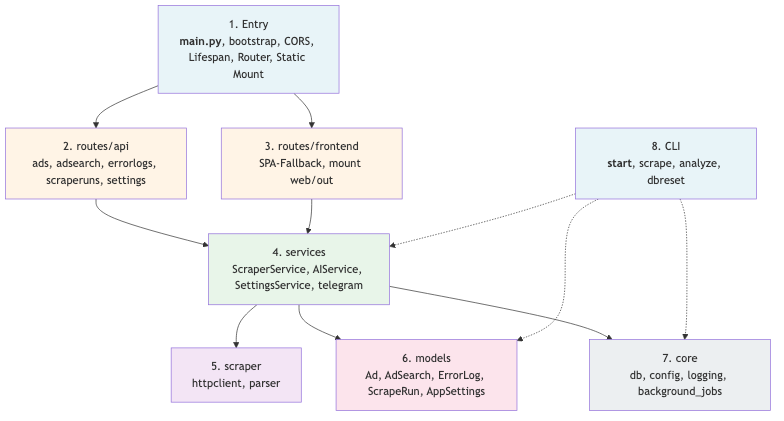
Before: docs/architecture/architecture-backend-layers.png, a diagram exported from Mermaid (Pikktee/schnappster). Its source is kept beside it as docs/architecture/architecture-backend-layers.mmd. Source of this version:
```mermaid

flowchart TB
    A["1. Entry<br/><b>main.py</b>, bootstrap, CORS, Lifespan, Router, Static Mount"]
    B["2. routes/api<br/>ads, adsearch, errorlogs, scraperuns, settings"]
    C["3. routes/frontend<br/>SPA-Fallback, mount web/out"]
    D["4. services<br/>ScraperService, AIService, SettingsService, telegram"]
    E["5. scraper<br/>httpclient, parser"]
    F["6. models<br/>Ad, AdSearch, ErrorLog, ScrapeRun, AppSettings"]
    G["7. core<br/>db, config, logging, background_jobs"]
    CLI["8. CLI<br/><b>start</b>, scrape, analyze, dbreset"]

    A --> B
    A --> C
    B --> D
    C --> D
    D --> E
    D --> F
    D --> G
    CLI -.-> D
    CLI -.-> G
    CLI -.-> F

    style A fill:#e8f4f8
    style B fill:#fff4e6
    style C fill:#fff4e6
    style D fill:#e8f5e9
    style E fill:#f3e5f5
    style F fill:#fce4ec
    style G fill:#eceff1
    style CLI fill:#e8f4f8
```
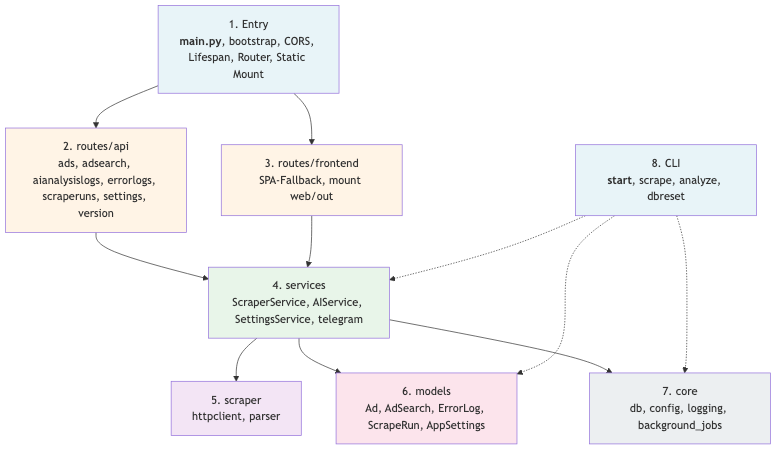
After the commit.

Commit message:
docs: Architektur-Diagramme, CLI-Docs und Extension-Dokumentation aktualisiert

Diff of the diagram source:
```diff
@@ -1,7 +1,7 @@
 
 flowchart TB
     A["1. Entry<br/><b>main.py</b>, bootstrap, CORS, Lifespan, Router, Static Mount"]
-    B["2. routes/api<br/>ads, adsearch, errorlogs, scraperuns, settings"]
+    B["2. routes/api<br/>ads, adsearch, aianalysislogs, errorlogs, scraperuns, settings, version"]
     C["3. routes/frontend<br/>SPA-Fallback, mount web/out"]
     D["4. services<br/>ScraperService, AIService, SettingsService, telegram"]
     E["5. scraper<br/>httpclient, parser"]
```
